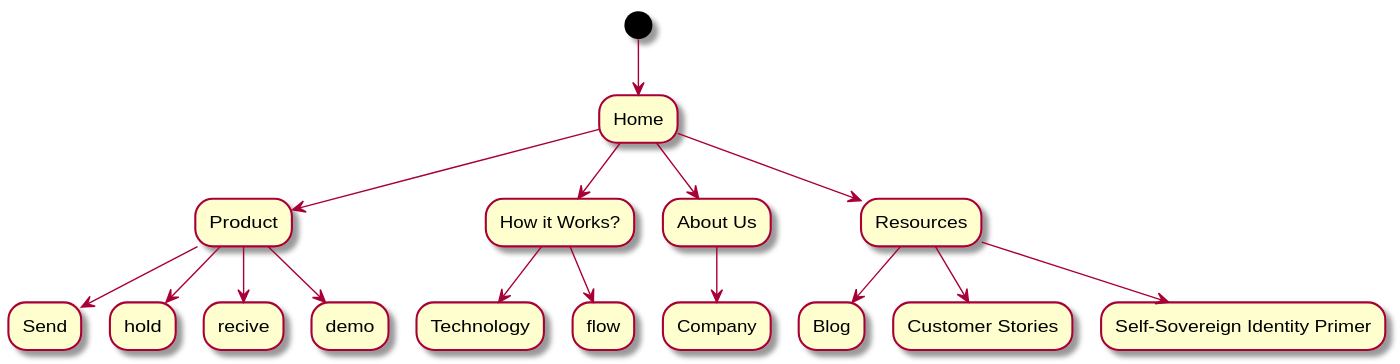
hoola-inc/Website keeps this PlantUML diagram as sitemap.svg. Above is the earlier version. Source of this version:
```plantuml
@startuml
(*) --> "Home" as home
home --> "Product" as product
home --> "How it Works?" as how
home --> "About Us" as about
home --> "Resources" as resources

product --> "Send" as send
product --> "hold" as hold
product --> "recive" as recive
product --> "demo" as demo

resources --> "Blog" as blog
resources --> "Customer Stories"
resources --> "Self-Sovereign Identity Primer"
about --> "Company"


how --> "Technology" as tech
how --> "flow" as flow
@enduml
```
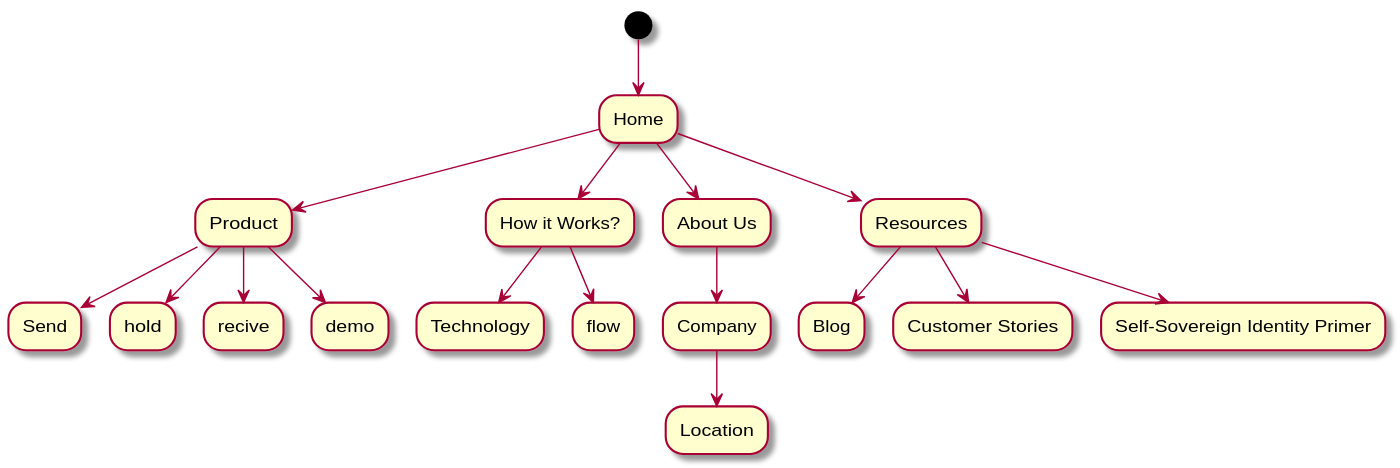
The same diagram one commit later.

The edit, as a diff of the source:
```diff
@@ -13,8 +13,8 @@
 resources --> "Blog" as blog
 resources --> "Customer Stories"
 resources --> "Self-Sovereign Identity Primer"
-about --> "Company"
-
+about --> "Company" as company
+company --> "Location"
 
 how --> "Technology" as tech
 how --> "flow" as flow
```
